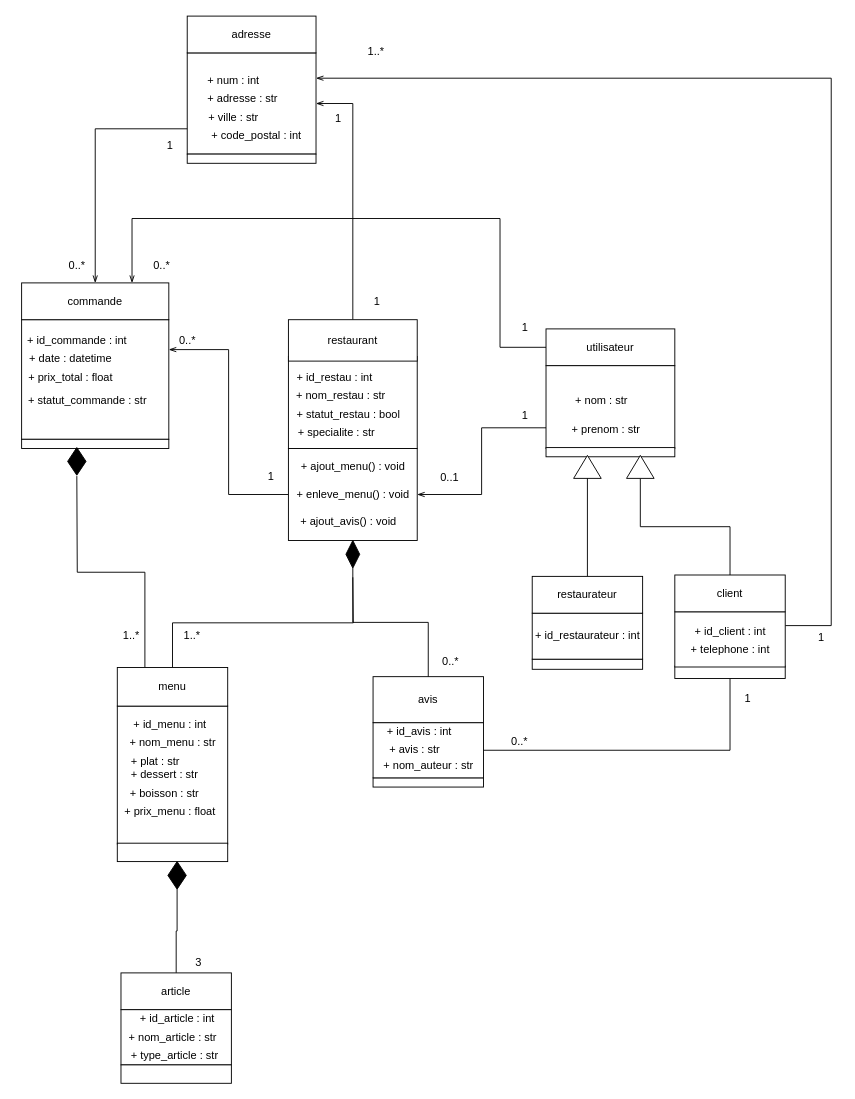
Before: diagrammes/diagramme_de_classes.drawio in TheAIWizard/Ensaeats, a draw.io diagram. Source tidied: cells renumbered, new cells numbered last; positions are measured from the earlier drawing's top-left corner, leaving out a move shared by most shapes. Both pictures are drawn from the tidied source at 92%, with x=0, y=0 at pixel (19, 16).
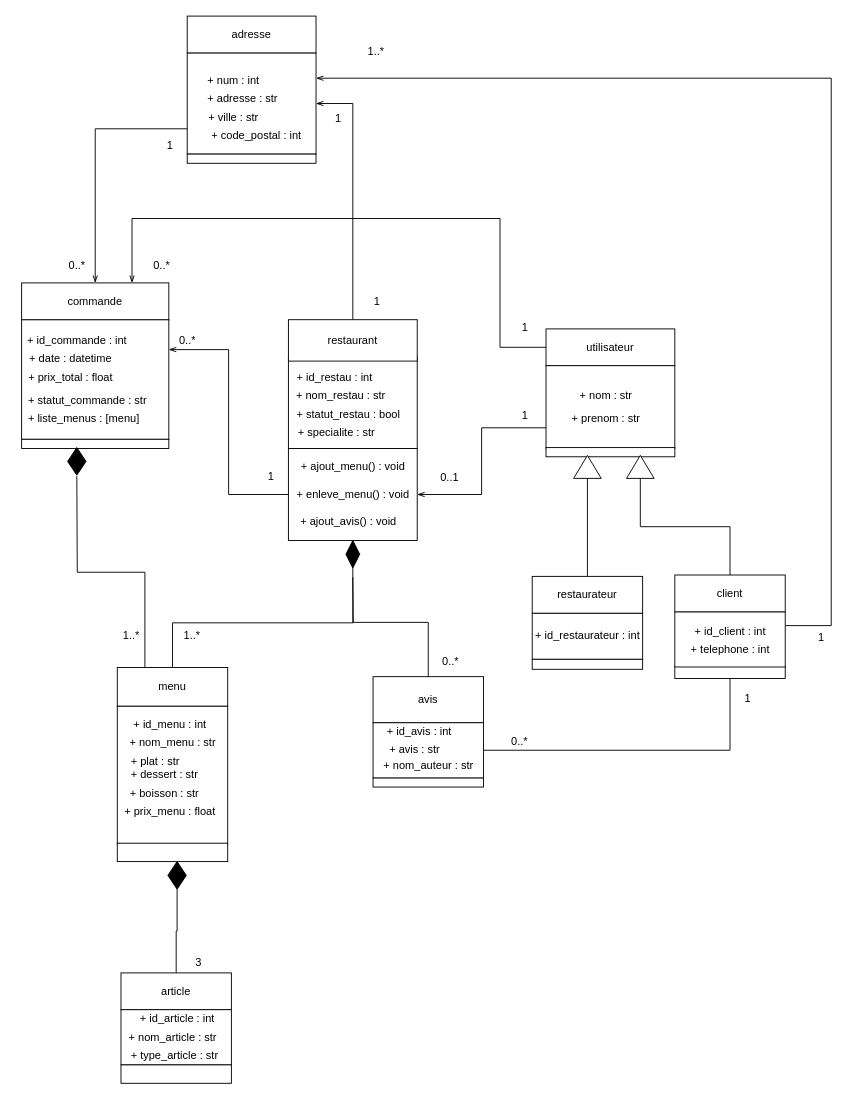
The same page after the edit.

Commit message:
liste menu

What changed in the source:
```diff
@@
     <mxCell id="17" value="+ nom : str" style="text;html=1;align=center;verticalAlign=middle;strokeColor=none;" parent="1" vertex="1">
-      <mxGeometry x="597" y="408" width="70" height="20" as="geometry" />
+      <mxGeometry x="602" y="402.5" width="70" height="20" as="geometry" />
     </mxCell>
     <mxCell id="18" value="+ prenom : str" style="text;html=1;align=center;verticalAlign=middle;strokeColor=none;" parent="1" vertex="1">
-      <mxGeometry x="592" y="440" width="90" height="20" as="geometry" />
+      <mxGeometry x="592" y="428" width="90" height="20" as="geometry" />
     </mxCell>
@@
+    <mxCell id="100" value="&amp;nbsp; + liste_menus : [menu]" style="text;html=1;align=center;verticalAlign=middle;strokeColor=none;" parent="1" vertex="1">
+      <mxGeometry x="-4" y="428" width="140" height="20" as="geometry" />
+    </mxCell>
```
